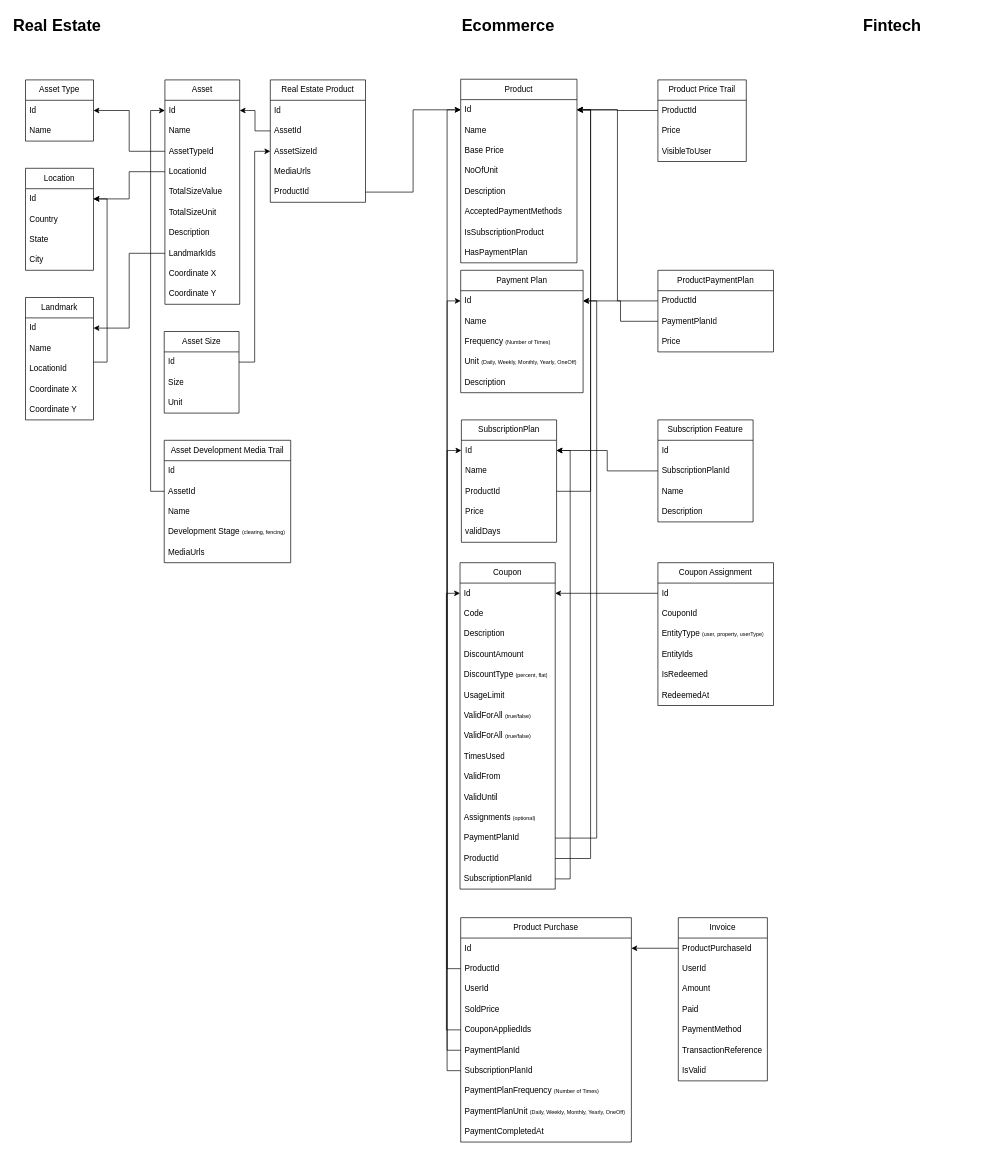
isaac-code/diagrams keeps this draw.io diagram as sellperty.drawio. Above is the earlier version. Source tidied: cells renumbered, new cells numbered last; positions are measured from the earlier drawing's top-left corner, leaving out a move shared by most shapes. Both pictures are drawn from the tidied source at 68%, with x=0, y=0 at pixel (12, 12).
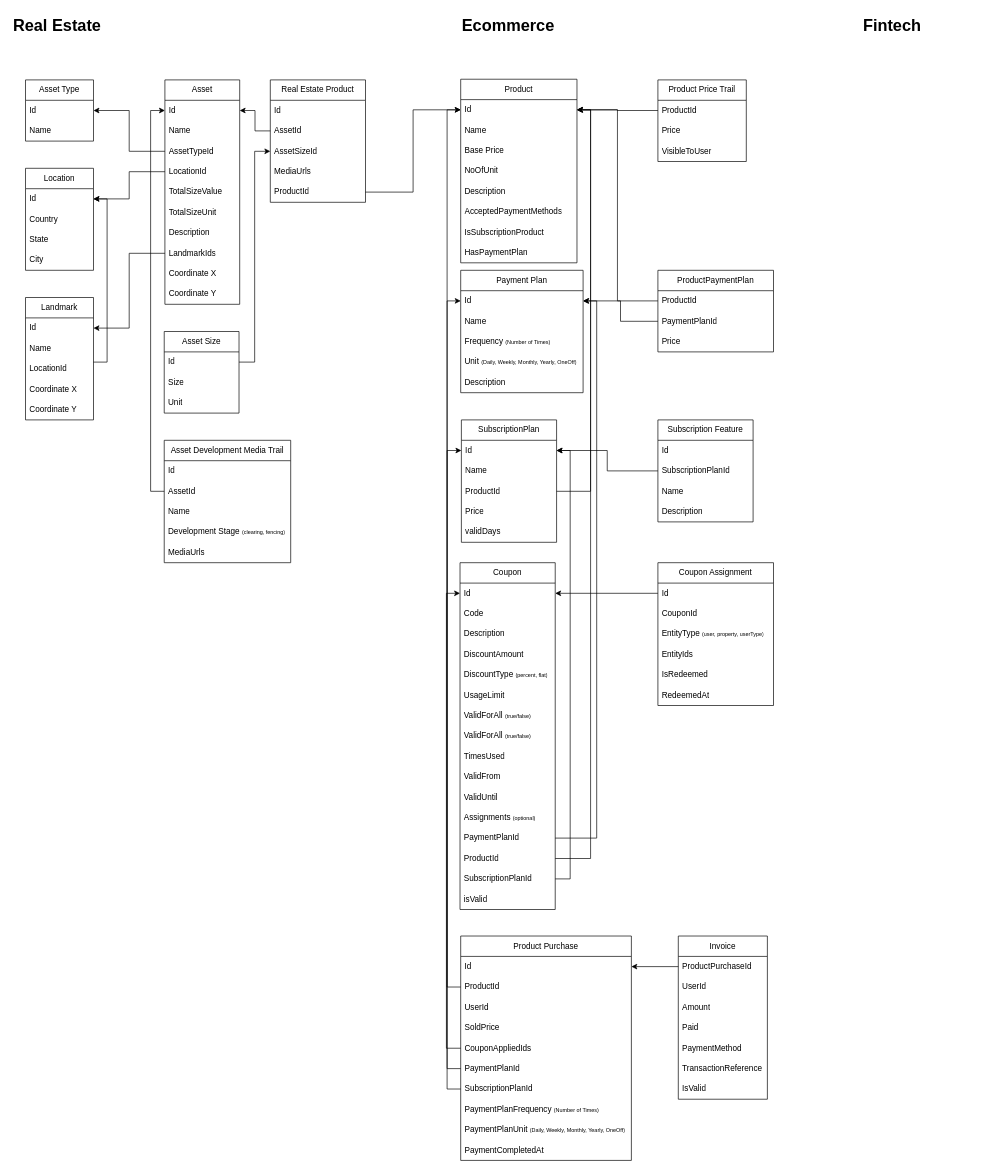
The same diagram, later.

Diff of the diagram source:
```diff
@@
     <mxCell id="54" value="Product Purchase" style="swimlane;fontStyle=0;horizontal=1;startSize=30;whiteSpace=wrap;html=1;" parent="1" vertex="1">
-      <mxGeometry x="660" y="1332" width="251" height="330" as="geometry" />
+      <mxGeometry x="660" y="1359" width="251" height="330" as="geometry" />
     </mxCell>
@@
     <mxCell id="65" value="Invoice" style="swimlane;fontStyle=0;horizontal=1;startSize=30;whiteSpace=wrap;html=1;" parent="1" vertex="1">
-      <mxGeometry x="980" y="1332" width="131" height="240" as="geometry" />
+      <mxGeometry x="980" y="1359" width="131" height="240" as="geometry" />
     </mxCell>
@@
     <mxCell id="73" value="Coupon" style="swimlane;fontStyle=0;horizontal=1;startSize=30;whiteSpace=wrap;html=1;" parent="1" vertex="1">
-      <mxGeometry x="659" y="810" width="140" height="480" as="geometry" />
+      <mxGeometry x="659" y="810" width="140" height="510" as="geometry" />
     </mxCell>
@@
+    <mxCell id="144" value="isValid" style="text;strokeColor=none;fillColor=none;align=left;verticalAlign=middle;spacingLeft=4;spacingRight=4;overflow=hidden;whiteSpace=wrap;html=1;" parent="73" vertex="1">
+      <mxGeometry y="480" width="140" height="30" as="geometry" />
+    </mxCell>
```
